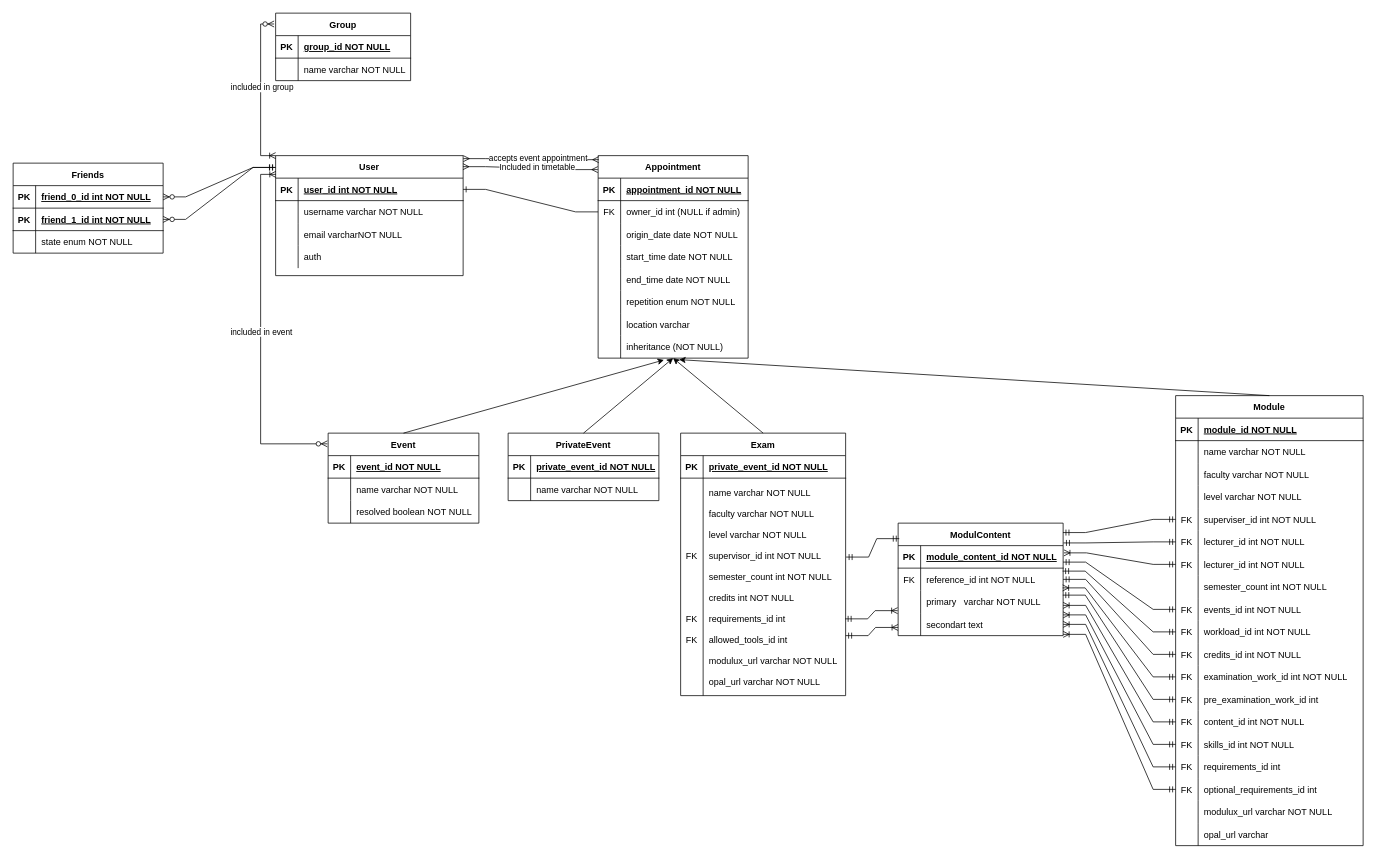
Earlier version of the draw.io diagram database/htw-multiplaner_erm.drawio (aHilsberg/HTW-Multiplaner). Source tidied: cells renumbered, new cells numbered last; positions are measured from the earlier drawing's top-left corner, leaving out a move shared by most shapes. Both pictures are drawn from the tidied source at 75%, with x=0, y=0 at pixel (13, 13).
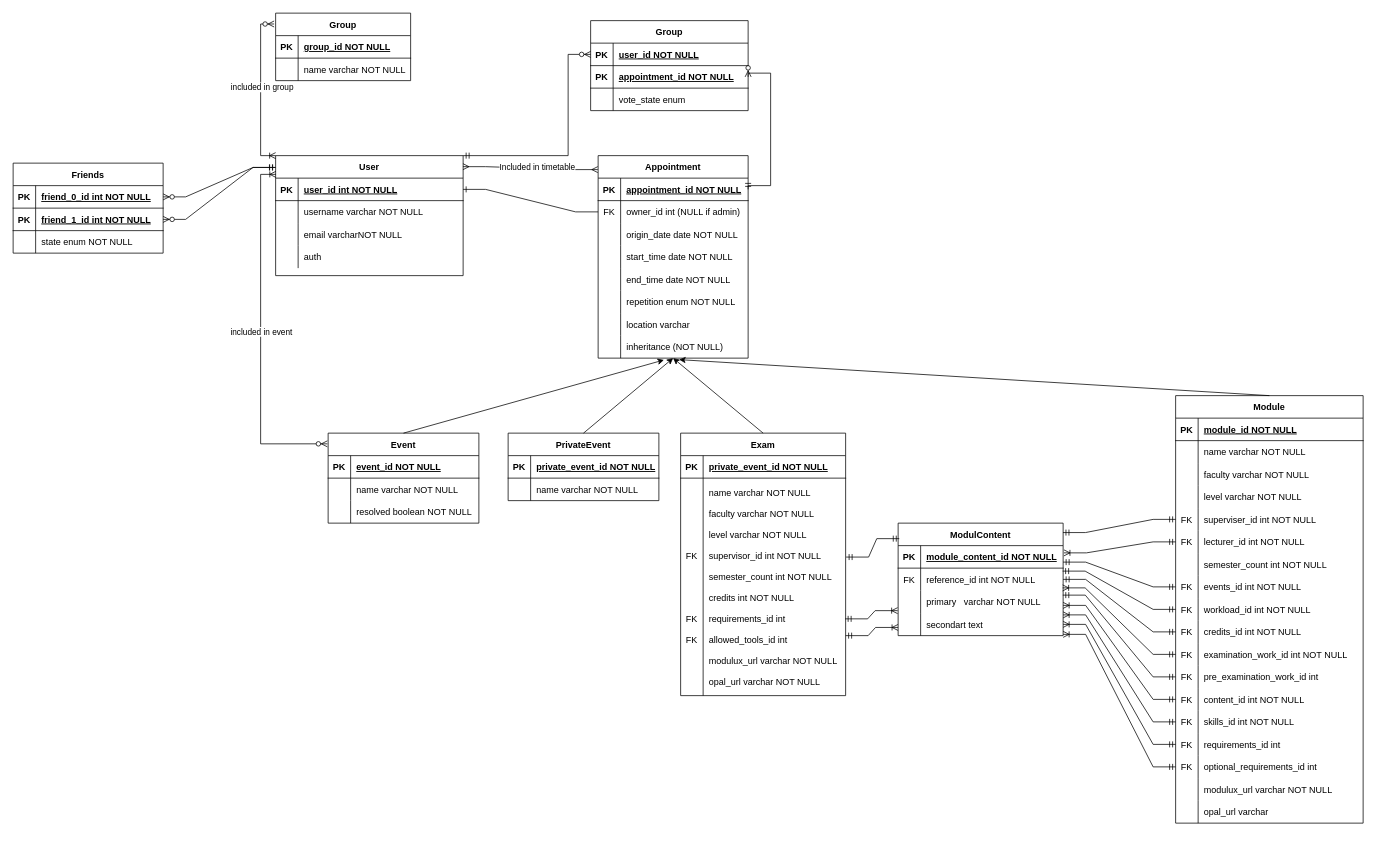
The same page after the edit.

The change refers to these unchanged cells:
```xml
<mxCell id="2" value="User" style="shape=table;startSize=30;childLayout=tableLayout;rowLines=0;fontStyle=1;align=center;" parent="1" vertex="1">
  <mxGeometry x="350" y="190" width="250" height="160" as="geometry" />
</mxCell>
<mxCell id="73" value="ModulContent" style="shape=table;startSize=30;childLayout=tableLayout;rowLines=0;fontStyle=1;align=center;" parent="1" vertex="1">
  <mxGeometry x="1180" y="680" width="220" height="150" as="geometry" />
</mxCell>
<mxCell id="98" value="Appointment" style="shape=table;startSize=30;childLayout=tableLayout;rowLines=0;fontStyle=1;align=center;" parent="1" vertex="1">
  <mxGeometry x="780" y="190" width="200" height="270" as="geometry" />
</mxCell>
<mxCell id="99" style="shape=tableRow;horizontal=0;startSize=0;swimlaneHead=0;swimlaneBody=0;fillColor=none;points=[[0,0.5],[1,0.5]];portConstraint=eastwest;top=0;left=0;right=0;bottom=1;" parent="98" vertex="1">
  <mxGeometry y="30" width="200" height="30" as="geometry" />
</mxCell>
```

Diff of the diagram source:
```diff
@@
     <mxCell id="15" value="Module" style="shape=table;startSize=30;childLayout=tableLayout;rowLines=0;fontStyle=1;align=center;" parent="1" vertex="1">
-      <mxGeometry x="1550" y="510" width="250" height="600" as="geometry" />
+      <mxGeometry x="1550" y="510" width="250" height="570" as="geometry" />
     </mxCell>
@@
-    <mxCell id="31" style="shape=tableRow;horizontal=0;startSize=0;swimlaneHead=0;swimlaneBody=0;fillColor=none;points=[[0,0.5],[1,0.5]];portConstraint=eastwest;top=0;left=0;right=0;bottom=0;" parent="15" vertex="1">
-      <mxGeometry y="180" width="250" height="30" as="geometry" />
-    </mxCell>
-    <mxCell id="32" value="FK" style="shape=partialRectangle;fillColor=none;top=0;left=0;bottom=0;right=0;overflow=hidden;" parent="31" vertex="1">
-      <mxGeometry width="30" height="30" as="geometry" />
-    </mxCell>
-    <mxCell id="33" value="lecturer_id int NOT NULL" style="shape=partialRectangle;fillColor=none;top=0;left=0;bottom=0;right=0;align=left;spacingLeft=6;overflow=hidden;" parent="31" vertex="1">
-      <mxGeometry x="30" width="220" height="30" as="geometry" />
-    </mxCell>
     <mxCell id="34" style="shape=tableRow;horizontal=0;startSize=0;swimlaneHead=0;swimlaneBody=0;fillColor=none;points=[[0,0.5],[1,0.5]];portConstraint=eastwest;top=0;left=0;right=0;bottom=0;" parent="15" vertex="1">
-      <mxGeometry y="210" width="250" height="30" as="geometry" />
+      <mxGeometry y="180" width="250" height="30" as="geometry" />
     </mxCell>
@@
     <mxCell id="37" style="shape=tableRow;horizontal=0;startSize=0;swimlaneHead=0;swimlaneBody=0;fillColor=none;top=0;left=0;right=0;bottom=0;" parent="15" vertex="1">
-      <mxGeometry y="240" width="250" height="30" as="geometry" />
+      <mxGeometry y="210" width="250" height="30" as="geometry" />
     </mxCell>
@@
     <mxCell id="40" style="shape=tableRow;horizontal=0;startSize=0;swimlaneHead=0;swimlaneBody=0;fillColor=none;points=[[0,0.5],[1,0.5]];portConstraint=eastwest;top=0;left=0;right=0;bottom=0;" parent="15" vertex="1">
-      <mxGeometry y="270" width="250" height="30" as="geometry" />
+      <mxGeometry y="240" width="250" height="30" as="geometry" />
     </mxCell>
@@
     <mxCell id="43" style="shape=tableRow;horizontal=0;startSize=0;swimlaneHead=0;swimlaneBody=0;fillColor=none;points=[[0,0.5],[1,0.5]];portConstraint=eastwest;top=0;left=0;right=0;bottom=0;" parent="15" vertex="1">
-      <mxGeometry y="300" width="250" height="30" as="geometry" />
+      <mxGeometry y="270" width="250" height="30" as="geometry" />
     </mxCell>
@@
     <mxCell id="46" style="shape=tableRow;horizontal=0;startSize=0;swimlaneHead=0;swimlaneBody=0;fillColor=none;points=[[0,0.5],[1,0.5]];portConstraint=eastwest;top=0;left=0;right=0;bottom=0;" parent="15" vertex="1">
-      <mxGeometry y="330" width="250" height="30" as="geometry" />
+      <mxGeometry y="300" width="250" height="30" as="geometry" />
     </mxCell>
@@
     <mxCell id="49" style="shape=tableRow;horizontal=0;startSize=0;swimlaneHead=0;swimlaneBody=0;fillColor=none;points=[[0,0.5],[1,0.5]];portConstraint=eastwest;top=0;left=0;right=0;bottom=0;" parent="15" vertex="1">
-      <mxGeometry y="360" width="250" height="30" as="geometry" />
+      <mxGeometry y="330" width="250" height="30" as="geometry" />
     </mxCell>
@@
     <mxCell id="52" style="shape=tableRow;horizontal=0;startSize=0;swimlaneHead=0;swimlaneBody=0;fillColor=none;points=[[0,0.5],[1,0.5]];portConstraint=eastwest;top=0;left=0;right=0;bottom=0;" parent="15" vertex="1">
-      <mxGeometry y="390" width="250" height="30" as="geometry" />
+      <mxGeometry y="360" width="250" height="30" as="geometry" />
     </mxCell>
@@
     <mxCell id="55" style="shape=tableRow;horizontal=0;startSize=0;swimlaneHead=0;swimlaneBody=0;fillColor=none;points=[[0,0.5],[1,0.5]];portConstraint=eastwest;top=0;left=0;right=0;bottom=0;" parent="15" vertex="1">
-      <mxGeometry y="420" width="250" height="30" as="geometry" />
+      <mxGeometry y="390" width="250" height="30" as="geometry" />
     </mxCell>
@@
     <mxCell id="58" style="shape=tableRow;horizontal=0;startSize=0;swimlaneHead=0;swimlaneBody=0;fillColor=none;points=[[0,0.5],[1,0.5]];portConstraint=eastwest;top=0;left=0;right=0;bottom=0;" parent="15" vertex="1">
-      <mxGeometry y="450" width="250" height="30" as="geometry" />
+      <mxGeometry y="420" width="250" height="30" as="geometry" />
     </mxCell>
@@
     <mxCell id="61" style="shape=tableRow;horizontal=0;startSize=0;swimlaneHead=0;swimlaneBody=0;fillColor=none;points=[[0,0.5],[1,0.5]];portConstraint=eastwest;top=0;left=0;right=0;bottom=0;" parent="15" vertex="1">
-      <mxGeometry y="480" width="250" height="30" as="geometry" />
+      <mxGeometry y="450" width="250" height="30" as="geometry" />
     </mxCell>
@@
     <mxCell id="64" style="shape=tableRow;horizontal=0;startSize=0;swimlaneHead=0;swimlaneBody=0;fillColor=none;points=[[0,0.5],[1,0.5]];portConstraint=eastwest;top=0;left=0;right=0;bottom=0;" parent="15" vertex="1">
-      <mxGeometry y="510" width="250" height="30" as="geometry" />
+      <mxGeometry y="480" width="250" height="30" as="geometry" />
     </mxCell>
@@
     <mxCell id="67" style="shape=tableRow;horizontal=0;startSize=0;swimlaneHead=0;swimlaneBody=0;fillColor=none;top=0;left=0;right=0;bottom=0;" parent="15" vertex="1">
-      <mxGeometry y="540" width="250" height="30" as="geometry" />
+      <mxGeometry y="510" width="250" height="30" as="geometry" />
     </mxCell>
@@
     <mxCell id="70" style="shape=tableRow;horizontal=0;startSize=0;swimlaneHead=0;swimlaneBody=0;fillColor=none;top=0;left=0;right=0;bottom=0;" parent="15" vertex="1">
-      <mxGeometry y="570" width="250" height="30" as="geometry" />
+      <mxGeometry y="540" width="250" height="30" as="geometry" />
     </mxCell>
@@
-    <mxCell id="87" style="edgeStyle=entityRelationEdgeStyle;fontSize=12;html=1;endArrow=ERmandOne;startArrow=ERmandOne;rounded=0;exitX=0;exitY=0.5;exitDx=0;exitDy=0;entryX=1.002;entryY=0.176;entryDx=0;entryDy=0;entryPerimeter=0;" parent="1" edge="1" source="31" target="73">
-      <mxGeometry relative="1" as="geometry" />
-    </mxCell>
@@
-    <mxCell id="169" style="edgeStyle=entityRelationEdgeStyle;fontSize=12;html=1;endArrow=ERmany;startArrow=ERmany;rounded=0;exitX=1.001;exitY=0.025;exitDx=0;exitDy=0;exitPerimeter=0;entryX=0.004;entryY=0.02;entryDx=0;entryDy=0;entryPerimeter=0;" parent="1" edge="1" source="2" target="98">
-      <mxGeometry relative="1" as="geometry" />
-    </mxCell>
-    <mxCell id="170" value="accepts event appointment" style="edgeLabel;html=1;align=center;verticalAlign=middle;" parent="169" vertex="1">
-      <mxGeometry x="0.1" y="1" relative="1" as="geometry" />
-    </mxCell>
@@
+    <mxCell id="182" value="Group" style="shape=table;startSize=30;childLayout=tableLayout;rowLines=0;fontStyle=1;align=center;" parent="1" vertex="1">
+      <mxGeometry x="770" y="10" width="210" height="120" as="geometry" />
+    </mxCell>
+    <mxCell id="183" style="shape=tableRow;horizontal=0;startSize=0;swimlaneHead=0;swimlaneBody=0;fillColor=none;points=[[0,0.5],[1,0.5]];portConstraint=eastwest;top=0;left=0;right=0;bottom=1;" parent="182" vertex="1">
+      <mxGeometry y="30" width="210" height="30" as="geometry" />
+    </mxCell>
+    <mxCell id="184" value="PK" style="shape=partialRectangle;fillColor=none;top=0;left=0;bottom=0;right=0;fontStyle=1;overflow=hidden;" parent="183" vertex="1">
+      <mxGeometry width="30" height="30" as="geometry" />
+    </mxCell>
+    <mxCell id="185" value="user_id NOT NULL" style="shape=partialRectangle;fillColor=none;top=0;left=0;bottom=0;right=0;align=left;spacingLeft=6;fontStyle=5;overflow=hidden;" parent="183" vertex="1">
+      <mxGeometry x="30" width="180" height="30" as="geometry" />
+    </mxCell>
+    <mxCell id="186" style="shape=tableRow;horizontal=0;startSize=0;swimlaneHead=0;swimlaneBody=0;fillColor=none;points=[[0,0.5],[1,0.5]];portConstraint=eastwest;top=0;left=0;right=0;bottom=1;" parent="182" vertex="1">
+      <mxGeometry y="60" width="210" height="30" as="geometry" />
+    </mxCell>
+    <mxCell id="187" value="PK" style="shape=partialRectangle;fillColor=none;top=0;left=0;bottom=0;right=0;fontStyle=1;overflow=hidden;" parent="186" vertex="1">
+      <mxGeometry width="30" height="30" as="geometry" />
+    </mxCell>
+    <mxCell id="188" value="appointment_id NOT NULL" style="shape=partialRectangle;fillColor=none;top=0;left=0;bottom=0;right=0;align=left;spacingLeft=6;fontStyle=5;overflow=hidden;" parent="186" vertex="1">
+      <mxGeometry x="30" width="180" height="30" as="geometry" />
+    </mxCell>
+    <mxCell id="189" style="shape=tableRow;horizontal=0;startSize=0;swimlaneHead=0;swimlaneBody=0;fillColor=none;top=0;left=0;right=0;bottom=0;" parent="182" vertex="1">
+      <mxGeometry y="90" width="210" height="30" as="geometry" />
+    </mxCell>
+    <mxCell id="190" style="shape=partialRectangle;fillColor=none;top=0;left=0;bottom=0;right=0;overflow=hidden;" parent="189" vertex="1">
+      <mxGeometry width="30" height="30" as="geometry" />
+    </mxCell>
+    <mxCell id="191" value="vote_state enum" style="shape=partialRectangle;fillColor=none;top=0;left=0;bottom=0;right=0;align=left;spacingLeft=6;overflow=hidden;" parent="189" vertex="1">
+      <mxGeometry x="30" width="180" height="30" as="geometry" />
+    </mxCell>
+    <mxCell id="192" style="edgeStyle=orthogonalEdgeStyle;fontSize=12;html=1;endArrow=ERzeroToMany;startArrow=ERmandOne;rounded=0;entryX=0;entryY=0.5;entryDx=0;entryDy=0;exitX=1;exitY=0;exitDx=0;exitDy=0;" parent="1" edge="1" source="2" target="183">
+      <mxGeometry relative="1" as="geometry">
+        <Array as="points">
+          <mxPoint x="740" y="190" />
+          <mxPoint x="740" y="55" />
+        </Array>
+      </mxGeometry>
+    </mxCell>
+    <mxCell id="193" style="edgeStyle=orthogonalEdgeStyle;fontSize=12;html=1;endArrow=ERzeroToMany;startArrow=ERmandOne;rounded=0;entryX=1;entryY=0.5;entryDx=0;entryDy=0;exitX=1;exitY=0.5;exitDx=0;exitDy=0;" parent="1" edge="1" source="99" target="186">
+      <mxGeometry relative="1" as="geometry">
+        <Array as="points">
+          <mxPoint x="980" y="230" />
+          <mxPoint x="1010" y="230" />
+          <mxPoint x="1010" y="80" />
+          <mxPoint x="980" y="80" />
+        </Array>
+      </mxGeometry>
+    </mxCell>
```
